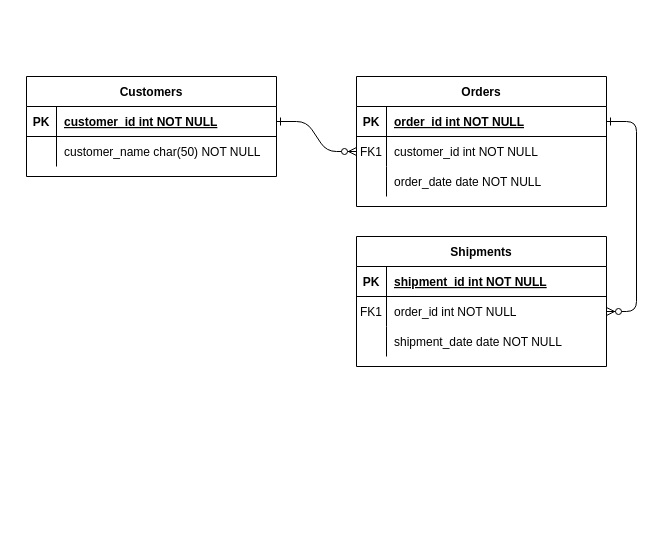
bubu-bin/side-projects keeps this draw.io diagram as Untitled Diagram.drawio. Above is the earlier version. Source tidied: cells renumbered, new cells numbered last; positions are measured from the earlier drawing's top-left corner, leaving out a move shared by most shapes. Both pictures are drawn from the tidied source at 100%, with x=0, y=0 at pixel (26, 76).
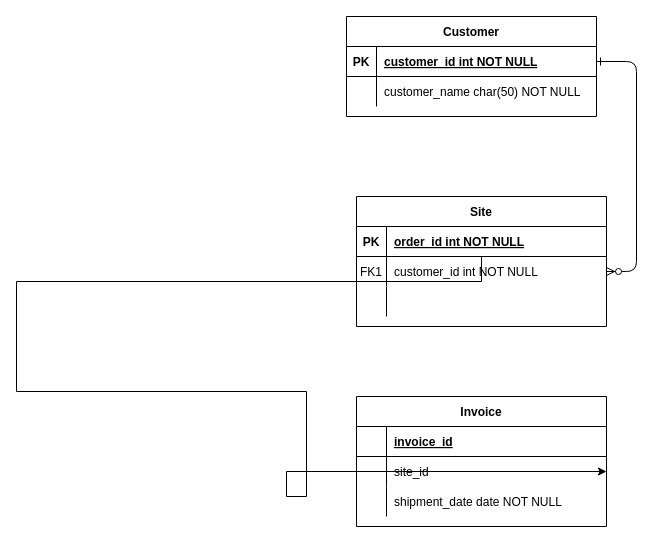
The same page after the edit.

The change refers to these unchanged cells:
```xml
<mxCell id="5" style="shape=partialRectangle;fillColor=none;points=[[0,0.5],[1,0.5]];portConstraint=eastwest;top=0;left=0;right=0;bottom=1;" parent="4" vertex="1">
  <mxGeometry y="30" width="250" height="30" as="geometry" />
</mxCell>
<mxCell id="11" style="shape=partialRectangle;fillColor=none;top=0;left=0;right=0;bottom=0;" parent="4" vertex="1">
  <mxGeometry y="90" width="250" height="30" as="geometry" />
</mxCell>
<mxCell id="15" style="shape=partialRectangle;fillColor=none;top=0;left=0;right=0;bottom=1;" parent="14" vertex="1">
  <mxGeometry y="30" width="250" height="30" as="geometry" />
</mxCell>
<mxCell id="18" style="shape=partialRectangle;fillColor=none;points=[[0,0.5],[1,0.5]];portConstraint=eastwest;top=0;left=0;right=0;bottom=0;" parent="14" vertex="1">
  <mxGeometry y="60" width="250" height="30" as="geometry" />
</mxCell>
```

The edit, as a diff of the source:
```diff
@@
-    <mxCell id="3" style="edgeStyle=entityRelationEdgeStyle;endArrow=ERzeroToMany;startArrow=ERone;endFill=1;startFill=0;" parent="1" edge="1" source="5" target="18">
-      <mxGeometry relative="1" as="geometry" />
-    </mxCell>
-    <mxCell id="4" value="Orders" style="shape=table;startSize=30;childLayout=tableLayout;rowLines=0;fontStyle=1;align=center;" parent="1" vertex="1">
-      <mxGeometry x="330" width="250" height="130" as="geometry" />
+    <mxCell id="4" value="Site" style="shape=table;startSize=30;childLayout=tableLayout;rowLines=0;fontStyle=1;align=center;" parent="1" vertex="1">
+      <mxGeometry x="330" y="120" width="250" height="130" as="geometry" />
     </mxCell>
@@
-    <mxCell id="13" value="order_date date NOT NULL" style="shape=partialRectangle;overflow=hidden;fillColor=none;top=0;left=0;bottom=0;right=0;align=left;spacingLeft=6;" parent="11" vertex="1">
+    <mxCell id="13" style="shape=partialRectangle;overflow=hidden;fillColor=none;top=0;left=0;bottom=0;right=0;align=left;spacingLeft=6;" parent="11" vertex="1">
       <mxGeometry x="30" width="220" height="30" as="geometry" />
     </mxCell>
-    <mxCell id="14" value="Shipments" style="shape=table;startSize=30;childLayout=tableLayout;rowLines=0;fontStyle=1;align=center;" parent="1" vertex="1">
-      <mxGeometry x="330" y="160" width="250" height="130" as="geometry" />
+    <mxCell id="14" value="Invoice" style="shape=table;startSize=30;childLayout=tableLayout;rowLines=0;fontStyle=1;align=center;" parent="1" vertex="1">
+      <mxGeometry x="330" y="320" width="250" height="130" as="geometry" />
     </mxCell>
@@
-    <mxCell id="16" value="PK" style="shape=partialRectangle;overflow=hidden;fillColor=none;top=0;left=0;bottom=0;right=0;fontStyle=1;" parent="15" vertex="1">
+    <mxCell id="16" style="shape=partialRectangle;overflow=hidden;fillColor=none;top=0;left=0;bottom=0;right=0;fontStyle=1;" parent="15" vertex="1">
       <mxGeometry width="30" height="30" as="geometry" />
     </mxCell>
-    <mxCell id="17" value="shipment_id int NOT NULL " style="shape=partialRectangle;overflow=hidden;fillColor=none;top=0;left=0;bottom=0;right=0;align=left;spacingLeft=6;fontStyle=5;" parent="15" vertex="1">
+    <mxCell id="17" value="invoice_id" style="shape=partialRectangle;overflow=hidden;fillColor=none;top=0;left=0;bottom=0;right=0;align=left;spacingLeft=6;fontStyle=5;" parent="15" vertex="1">
       <mxGeometry x="30" width="220" height="30" as="geometry" />
     </mxCell>
@@
-    <mxCell id="19" value="FK1" style="shape=partialRectangle;overflow=hidden;fillColor=none;top=0;left=0;bottom=0;right=0;" parent="18" vertex="1">
+    <mxCell id="19" style="shape=partialRectangle;overflow=hidden;fillColor=none;top=0;left=0;bottom=0;right=0;" parent="18" vertex="1">
       <mxGeometry width="30" height="30" as="geometry" />
     </mxCell>
-    <mxCell id="20" value="order_id int NOT NULL" style="shape=partialRectangle;overflow=hidden;fillColor=none;top=0;left=0;bottom=0;right=0;align=left;spacingLeft=6;" parent="18" vertex="1">
+    <mxCell id="20" value="site_id" style="shape=partialRectangle;overflow=hidden;fillColor=none;top=0;left=0;bottom=0;right=0;align=left;spacingLeft=6;" parent="18" vertex="1">
       <mxGeometry x="30" width="220" height="30" as="geometry" />
     </mxCell>
@@
-    <mxCell id="24" value="Customers" style="shape=table;startSize=30;childLayout=tableLayout;rowLines=0;fontStyle=1;align=center;" parent="1" vertex="1">
-      <mxGeometry width="250" height="100" as="geometry" />
+    <mxCell id="24" value="Customer" style="shape=table;startSize=30;childLayout=tableLayout;rowLines=0;fontStyle=1;align=center;" parent="1" vertex="1">
+      <mxGeometry x="320" y="-60" width="250" height="100" as="geometry" />
     </mxCell>
@@
+    <mxCell id="3" style="edgeStyle=orthogonalEdgeStyle;rounded=0;jettySize=auto;html=1;entryX=1;entryY=0.5;entryDx=0;entryDy=0;" parent="1" edge="1" source="5" target="18">
+      <mxGeometry relative="1" as="geometry">
+        <Array as="points">
+          <mxPoint x="455" y="205" />
+          <mxPoint x="-10" y="205" />
+          <mxPoint x="-10" y="315" />
+          <mxPoint x="280" y="315" />
+          <mxPoint x="280" y="420" />
+          <mxPoint x="260" y="420" />
+          <mxPoint x="260" y="395" />
+        </Array>
+      </mxGeometry>
+    </mxCell>
```
